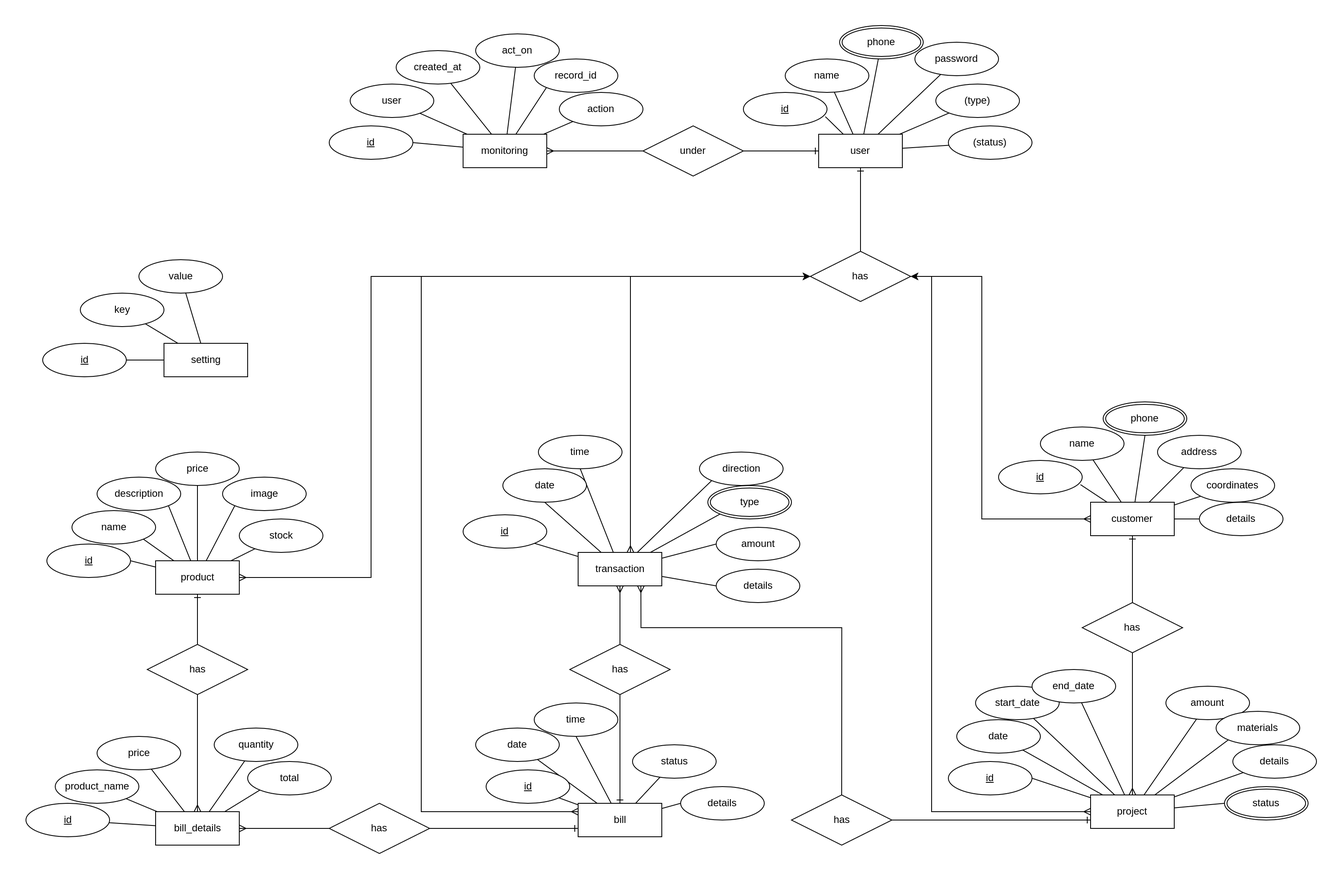
The draw.io diagram Diagrams/drawio/ERD.png in khaledfathi/ModernHouse, before a commit. Source tidied: cells renumbered, new cells last; positions are measured from the earlier drawing's top-left corner, leaving out a move shared by most shapes.
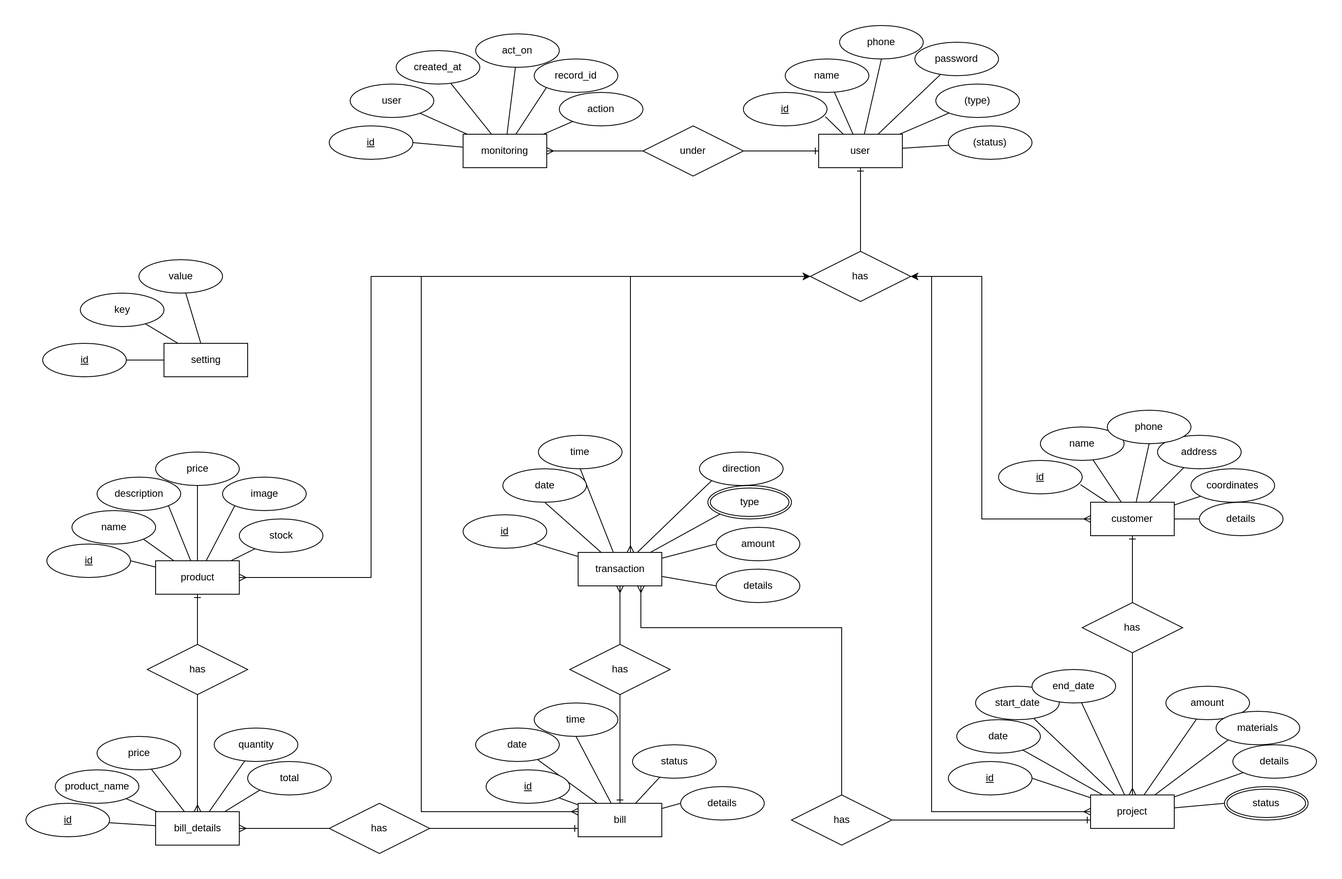
After the change.

Diff of the diagram source:
```diff
@@ -17,7 +17,7 @@
     <mxCell id="6" style="edgeStyle=none;rounded=0;jettySize=auto;html=1;endArrow=none;endFill=0;" parent="1" edge="1" source="8" target="40">
       <mxGeometry relative="1" as="geometry" />
     </mxCell>
-    <mxCell id="7" style="rounded=0;jettySize=auto;html=1;startArrow=none;startFill=0;endArrow=none;endFill=0;" parent="1" edge="1" source="8" target="139">
+    <mxCell id="7" style="rounded=0;jettySize=auto;html=1;startArrow=none;startFill=0;endArrow=none;endFill=0;entryX=0.5;entryY=1;entryDx=0;entryDy=0;" parent="1" edge="1" source="8" target="142">
       <mxGeometry relative="1" as="geometry" />
     </mxCell>
     <mxCell id="8" value="user" style="whiteSpace=wrap;html=1;align=center;" parent="1" vertex="1">
@@ -167,7 +167,7 @@
     <mxCell id="56" style="edgeStyle=none;rounded=0;jettySize=auto;html=1;endArrow=none;endFill=0;" parent="1" edge="1" source="60" target="63">
       <mxGeometry relative="1" as="geometry" />
     </mxCell>
-    <mxCell id="57" style="edgeStyle=none;rounded=0;jettySize=auto;html=1;endArrow=none;endFill=0;entryX=0.5;entryY=1;entryDx=0;entryDy=0;" parent="1" edge="1" source="60" target="77">
+    <mxCell id="57" style="edgeStyle=none;rounded=0;jettySize=auto;html=1;endArrow=none;endFill=0;entryX=0.5;entryY=1;entryDx=0;entryDy=0;" parent="1" edge="1" source="60" target="141">
       <mxGeometry relative="1" as="geometry" />
     </mxCell>
     <mxCell id="58" style="edgeStyle=none;rounded=0;jettySize=auto;html=1;endArrow=none;endFill=0;" parent="1" edge="1" source="60" target="64">
@@ -227,11 +227,11 @@
     <mxCell id="76" value="status" style="ellipse;shape=doubleEllipse;margin=3;whiteSpace=wrap;html=1;align=center;" parent="1" vertex="1">
       <mxGeometry x="1432" y="910" width="100" height="40" as="geometry" />
     </mxCell>
-    <mxCell id="77" value="phone" style="ellipse;shape=doubleEllipse;margin=3;whiteSpace=wrap;html=1;align=center;" parent="1" vertex="1">
-      <mxGeometry x="1287" y="450" width="100" height="40" as="geometry" />
-    </mxCell>
-    <mxCell id="78" style="edgeStyle=none;rounded=0;orthogonalLoop=1;jettySize=auto;html=1;exitX=0.5;exitY=1;exitDx=0;exitDy=0;endArrow=none;endFill=0;" parent="1" edge="1" source="77" target="77">
-      <mxGeometry relative="1" as="geometry" />
+    <mxCell id="78" style="edgeStyle=none;rounded=0;orthogonalLoop=1;jettySize=auto;html=1;exitX=0.5;exitY=1;exitDx=0;exitDy=0;endArrow=none;endFill=0;" parent="1" edge="1">
+      <mxGeometry relative="1" as="geometry">
+        <mxPoint x="1337" y="490" as="sourcePoint" />
+        <mxPoint x="1337" y="490" as="targetPoint" />
+      </mxGeometry>
     </mxCell>
     <mxCell id="79" value="id" style="ellipse;whiteSpace=wrap;html=1;align=center;fontStyle=4;" parent="1" vertex="1">
       <mxGeometry x="549.5" y="890" width="100" height="40" as="geometry" />
@@ -442,11 +442,14 @@
     <mxCell id="138" value="has" style="shape=rhombus;perimeter=rhombusPerimeter;whiteSpace=wrap;html=1;align=center;" parent="1" vertex="1">
       <mxGeometry x="914.5" y="920" width="120" height="60" as="geometry" />
     </mxCell>
-    <mxCell id="139" value="phone" style="ellipse;shape=doubleEllipse;margin=3;whiteSpace=wrap;html=1;align=center;" parent="1" vertex="1">
-      <mxGeometry x="972" width="100" height="40" as="geometry" />
-    </mxCell>
     <mxCell id="140" value="time" style="ellipse;whiteSpace=wrap;html=1;align=center;" parent="1" vertex="1">
       <mxGeometry x="607" y="810" width="100" height="40" as="geometry" />
     </mxCell>
+    <mxCell id="141" value="phone" style="ellipse;whiteSpace=wrap;html=1;align=center;" parent="1" vertex="1">
+      <mxGeometry x="1292" y="460" width="100" height="40" as="geometry" />
+    </mxCell>
+    <mxCell id="142" value="phone" style="ellipse;whiteSpace=wrap;html=1;align=center;" parent="1" vertex="1">
+      <mxGeometry x="972" width="100" height="40" as="geometry" />
+    </mxCell>
   </root>
 </mxGraphModel>
```
